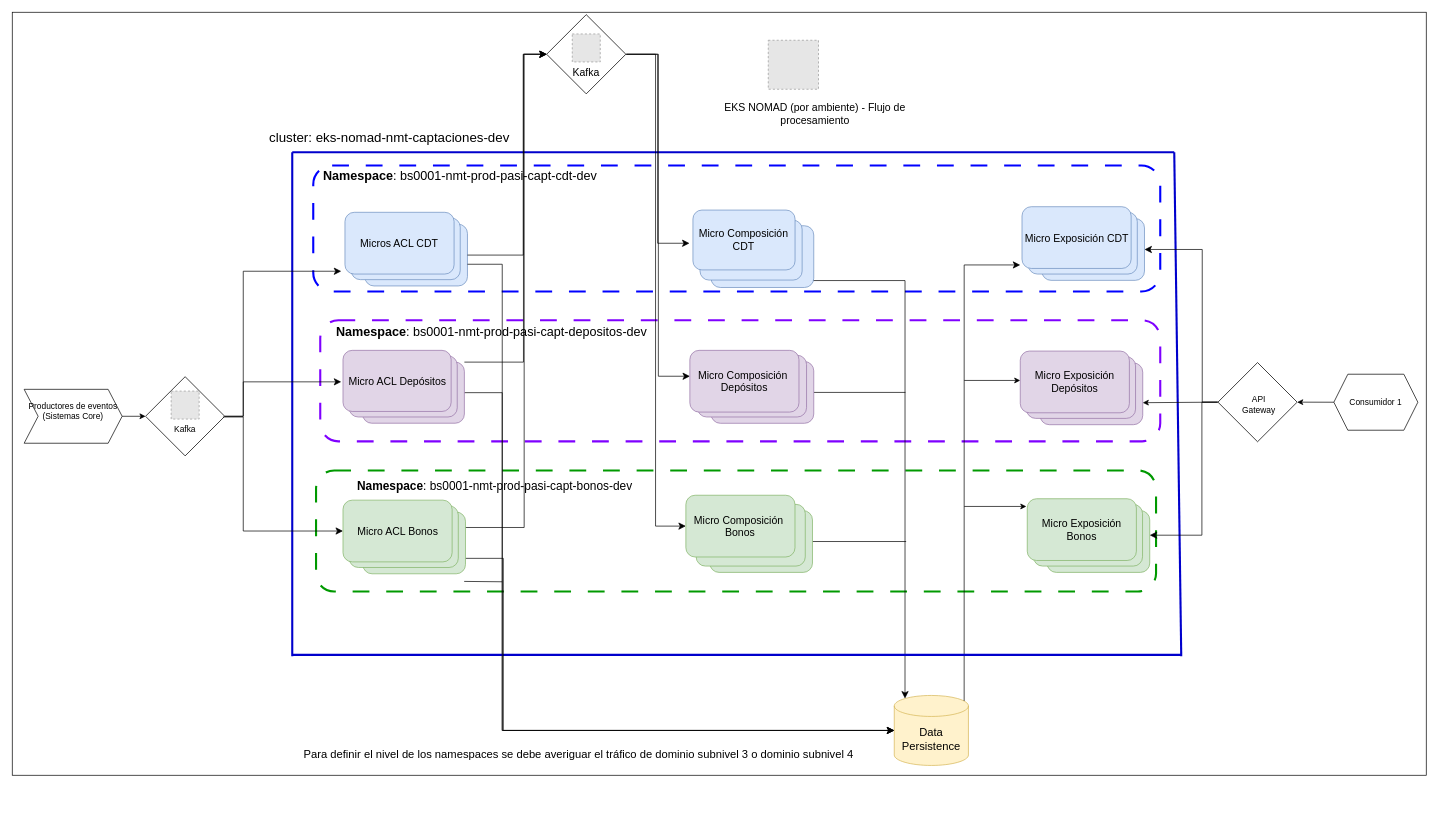
Above: page "UnCluster3Namespaces" (4 of 16) of InversionVirtual.drawio in rdlarosa2/x4 (draw.io), before the change. Source tidied: cells renumbered, new cells numbered last; positions are measured from the earlier drawing's top-left corner, leaving out a move shared by most shapes. Both pictures are drawn from the tidied source at 70%, with x=0, y=0 at pixel (12, 12). Pictures stored in the file or linked from it are replaced by grey dashed boxes.
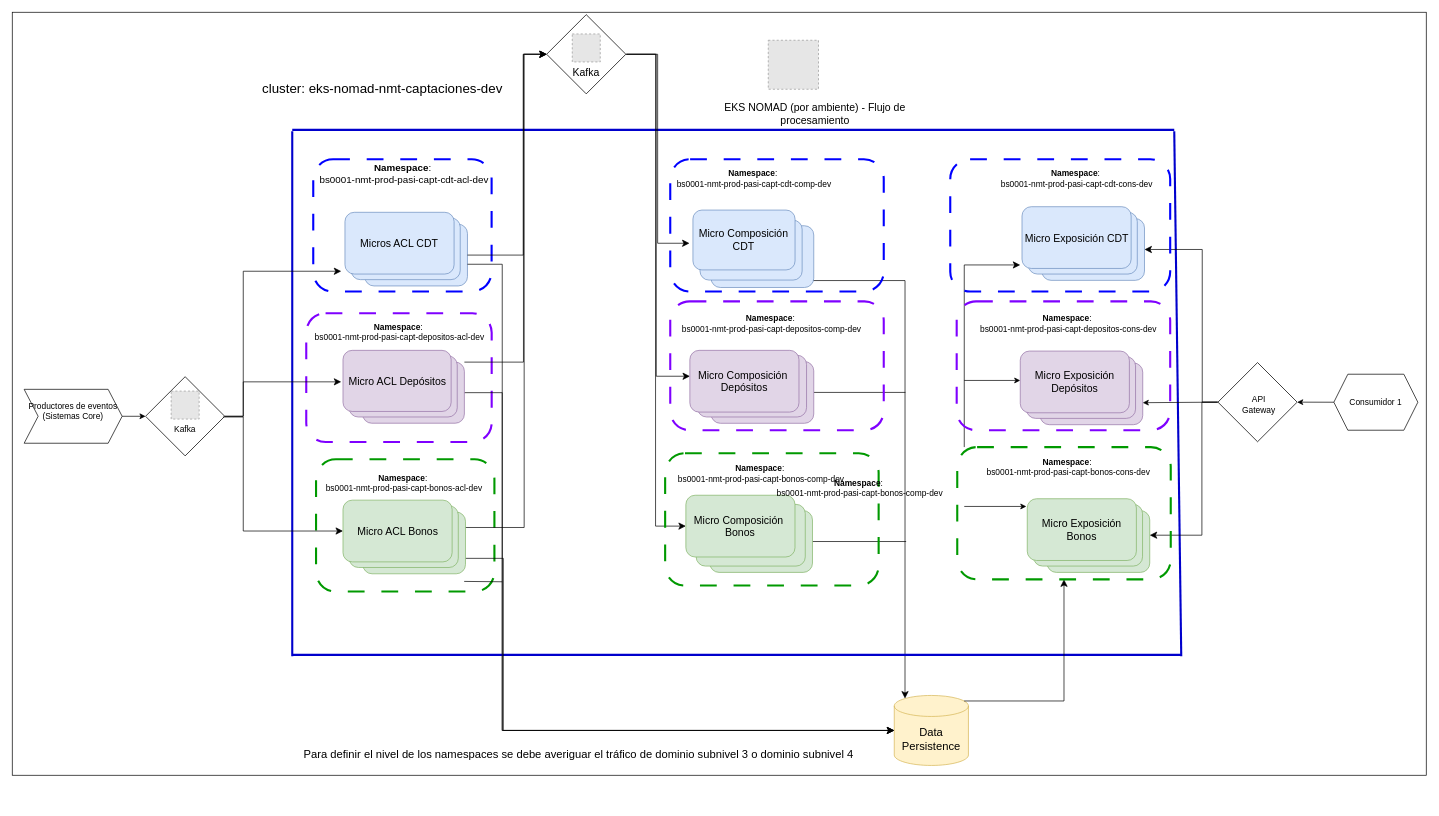
The same diagram, later.

Unchanged cells that the change refers to:
```xml
<mxCell id="6" value="&lt;font style=&quot;font-size: 16px;&quot;&gt;Data Persistence&lt;/font&gt;" style="shape=cylinder3;whiteSpace=wrap;html=1;boundedLbl=1;backgroundOutline=1;size=15;fillColor=#fff2cc;strokeColor=#d6b656;" parent="1" vertex="1">
  <mxGeometry x="1260" y="976" width="106" height="100" as="geometry" />
</mxCell>
```

Change to the diagram source:
```diff
@@
+    <mxCell id="92" style="rounded=1;whiteSpace=wrap;html=1;dashed=1;dashPattern=8 8;strokeWidth=3;fillColor=none;strokeColor=#7F00FF;" parent="1" vertex="1">
+      <mxGeometry x="935" y="420" width="305" height="184" as="geometry" />
+    </mxCell>
@@
     <mxCell id="3" style="rounded=1;whiteSpace=wrap;html=1;dashed=1;dashPattern=8 8;strokeWidth=3;fillColor=none;strokeColor=#009900;" parent="1" vertex="1">
-      <mxGeometry x="434" y="654.6" width="1200" height="173" as="geometry" />
+      <mxGeometry x="434" y="638.6" width="254.8" height="189" as="geometry" />
     </mxCell>
     <mxCell id="4" style="rounded=1;whiteSpace=wrap;html=1;dashed=1;dashPattern=8 8;strokeWidth=3;fillColor=none;strokeColor=#7F00FF;" parent="1" vertex="1">
-      <mxGeometry x="440" y="440" width="1200" height="173" as="geometry" />
+      <mxGeometry x="420" y="430" width="264.9" height="184" as="geometry" />
     </mxCell>
     <mxCell id="5" style="rounded=1;whiteSpace=wrap;html=1;dashed=1;dashPattern=8 8;strokeWidth=3;fillColor=none;strokeColor=#0000FF;" parent="1" vertex="1">
-      <mxGeometry x="430" y="219" width="1210" height="180" as="geometry" />
+      <mxGeometry x="430" y="210" width="254.8" height="189" as="geometry" />
     </mxCell>
@@
-    <mxCell id="20" value="&lt;font style=&quot;font-size: 18px;&quot;&gt;&lt;b style=&quot;&quot;&gt;Namespace&lt;/b&gt;: bs0001-nmt-prod-pasi-capt-cdt-dev&lt;/font&gt;" style="text;html=1;whiteSpace=wrap;strokeColor=none;fillColor=none;align=center;verticalAlign=middle;rounded=0;" parent="1" vertex="1">
-      <mxGeometry x="370" y="219" width="539.9" height="30" as="geometry" />
+    <mxCell id="20" value="&lt;font style=&quot;font-size: 14px;&quot;&gt;&lt;b style=&quot;&quot;&gt;Namespace&lt;/b&gt;:&amp;nbsp;&lt;/font&gt;&lt;div&gt;&lt;font style=&quot;font-size: 14px;&quot;&gt;bs0001-nmt-prod-pasi-capt-cdt-acl-dev&lt;/font&gt;&lt;/div&gt;" style="text;html=1;whiteSpace=wrap;strokeColor=none;fillColor=none;align=center;verticalAlign=middle;rounded=0;" parent="1" vertex="1">
+      <mxGeometry x="389.8" y="210" width="340" height="40" as="geometry" />
     </mxCell>
@@
-    <mxCell id="36" style="edgeStyle=segmentEdgeStyle;endArrow=classic;html=1;curved=0;rounded=0;endSize=8;startSize=8;fontFamily=Helvetica;fontSize=12;fontColor=default;exitX=0.942;exitY=0.079;exitDx=0;exitDy=0;exitPerimeter=0;" parent="1" edge="1" source="6">
+    <mxCell id="36" style="edgeStyle=segmentEdgeStyle;endArrow=classic;html=1;curved=0;rounded=0;endSize=8;startSize=8;fontFamily=Helvetica;fontSize=12;fontColor=default;" parent="1" edge="1" source="103">
       <mxGeometry x="0.83" relative="1" as="geometry">
         <mxPoint x="1440" y="361" as="targetPoint" />
         <Array as="points">
           <mxPoint x="1360" y="361" />
         </Array>
       </mxGeometry>
     </mxCell>
@@
     <mxCell id="44" style="endArrow=none;html=1;rounded=0;fontFamily=Helvetica;fontSize=12;fontColor=default;strokeColor=#0000CC;strokeWidth=3;" parent="1" edge="1">
       <mxGeometry relative="1" as="geometry">
-        <mxPoint x="400" y="200" as="sourcePoint" />
-        <mxPoint x="1660" y="200" as="targetPoint" />
+        <mxPoint x="400" y="168" as="sourcePoint" />
+        <mxPoint x="1660" y="168" as="targetPoint" />
       </mxGeometry>
     </mxCell>
     <mxCell id="45" style="endArrow=none;html=1;rounded=0;fontFamily=Helvetica;fontSize=12;fontColor=default;strokeColor=#0000CC;strokeWidth=3;" parent="1" edge="1">
       <mxGeometry relative="1" as="geometry">
-        <mxPoint x="400" y="200" as="sourcePoint" />
+        <mxPoint x="400" y="170" as="sourcePoint" />
         <mxPoint x="400" y="920" as="targetPoint" />
       </mxGeometry>
     </mxCell>
     <mxCell id="46" style="endArrow=none;html=1;rounded=0;fontFamily=Helvetica;fontSize=12;fontColor=default;strokeColor=#0000CC;strokeWidth=3;" parent="1" edge="1">
       <mxGeometry relative="1" as="geometry">
-        <mxPoint x="1660" y="200" as="sourcePoint" />
+        <mxPoint x="1660" y="170" as="sourcePoint" />
         <mxPoint x="1670" y="920" as="targetPoint" />
       </mxGeometry>
     </mxCell>
@@
     <mxCell id="54" value="&lt;span style=&quot;font-size: 19px;&quot;&gt;cluster: eks-nomad-nmt-captaciones-dev&lt;/span&gt;" style="text;html=1;whiteSpace=wrap;strokeColor=none;fillColor=none;align=center;verticalAlign=middle;rounded=0;fontSize=15;" parent="1" vertex="1">
-      <mxGeometry x="350" y="160" width="378" height="40" as="geometry" />
+      <mxGeometry x="340" y="90" width="378" height="40" as="geometry" />
     </mxCell>
@@
-    <mxCell id="56" value="&lt;font style=&quot;font-size: 18px;&quot;&gt;&lt;b style=&quot;&quot;&gt;Namespace&lt;/b&gt;: bs0001-nmt-prod-pasi-capt-depositos-dev&lt;/font&gt;" style="text;html=1;whiteSpace=wrap;strokeColor=none;fillColor=none;align=center;verticalAlign=middle;rounded=0;" parent="1" vertex="1">
-      <mxGeometry x="459.9" y="442" width="450" height="30" as="geometry" />
+    <mxCell id="56" value="&lt;font&gt;&lt;b style=&quot;&quot;&gt;Namespace&lt;/b&gt;:&amp;nbsp;&lt;/font&gt;&lt;div&gt;&lt;font&gt;bs0001-nmt-prod-pasi-capt-depositos-acl-dev&lt;/font&gt;&lt;/div&gt;" style="text;html=1;whiteSpace=wrap;strokeColor=none;fillColor=none;align=center;verticalAlign=middle;rounded=0;" parent="1" vertex="1">
+      <mxGeometry x="425.9" y="442" width="254.8" height="30" as="geometry" />
     </mxCell>
-    <mxCell id="57" value="&lt;font style=&quot;font-size: 17px;&quot;&gt;&lt;b&gt;Namespace&lt;/b&gt;: bs0001-nmt-prod-pasi-capt-bonos-dev&lt;/font&gt;" style="text;html=1;whiteSpace=wrap;strokeColor=none;fillColor=none;align=center;verticalAlign=middle;rounded=0;" parent="1" vertex="1">
-      <mxGeometry x="438.9" y="663.2" width="501.1" height="30" as="geometry" />
+    <mxCell id="57" value="&lt;font&gt;&lt;b style=&quot;&quot;&gt;Namespace&lt;/b&gt;:&amp;nbsp;&lt;/font&gt;&lt;div&gt;&lt;font&gt;bs0001-nmt-prod-pasi-capt-bonos-acl-dev&lt;/font&gt;&lt;/div&gt;" style="text;html=1;whiteSpace=wrap;strokeColor=none;fillColor=none;align=center;verticalAlign=middle;rounded=0;" parent="1" vertex="1">
+      <mxGeometry x="438.9" y="653.2" width="241.8" height="40" as="geometry" />
     </mxCell>
@@
     <mxCell id="66" style="edgeStyle=elbowEdgeStyle;elbow=horizontal;endArrow=classic;html=1;curved=0;rounded=0;endSize=8;startSize=8;exitX=1;exitY=0;exitDx=0;exitDy=0;" parent="1" edge="1">
       <mxGeometry x="0.65" relative="1" as="geometry">
         <mxPoint x="877.8" y="60" as="sourcePoint" />
         <mxPoint x="968.2" y="520" as="targetPoint" />
+        <Array as="points">
+          <mxPoint x="920" y="290" />
+        </Array>
       </mxGeometry>
     </mxCell>
@@
+    <mxCell id="93" style="rounded=1;whiteSpace=wrap;html=1;dashed=1;dashPattern=8 8;strokeWidth=3;fillColor=none;strokeColor=#0000FF;" parent="1" vertex="1">
+      <mxGeometry x="940" y="210" width="305" height="189" as="geometry" />
+    </mxCell>
+    <mxCell id="94" value="&lt;font&gt;&lt;b style=&quot;&quot;&gt;Namespace&lt;/b&gt;:&amp;nbsp;&lt;/font&gt;&lt;div&gt;&lt;font&gt;bs0001-nmt-prod-pasi-capt-cdt-comp-dev&lt;/font&gt;&lt;/div&gt;" style="text;html=1;whiteSpace=wrap;strokeColor=none;fillColor=none;align=center;verticalAlign=middle;rounded=0;" parent="1" vertex="1">
+      <mxGeometry x="900.2" y="223" width="319.9" height="30" as="geometry" />
+    </mxCell>
+    <mxCell id="95" style="rounded=1;whiteSpace=wrap;html=1;dashed=1;dashPattern=8 8;strokeWidth=3;fillColor=none;strokeColor=#0000FF;" parent="1" vertex="1">
+      <mxGeometry x="1340" y="210" width="314.2" height="189" as="geometry" />
+    </mxCell>
+    <mxCell id="96" value="&lt;font&gt;&lt;b style=&quot;&quot;&gt;Namespace&lt;/b&gt;:&amp;nbsp;&lt;/font&gt;&lt;div&gt;&lt;font&gt;bs0001-nmt-prod-pasi-capt-cdt-cons-dev&lt;/font&gt;&lt;/div&gt;" style="text;html=1;whiteSpace=wrap;strokeColor=none;fillColor=none;align=center;verticalAlign=middle;rounded=0;" parent="1" vertex="1">
+      <mxGeometry x="1360.5" y="223" width="319.9" height="30" as="geometry" />
+    </mxCell>
+    <mxCell id="97" value="&lt;font&gt;&lt;b style=&quot;&quot;&gt;Namespace&lt;/b&gt;:&amp;nbsp;&lt;/font&gt;&lt;div&gt;&lt;font&gt;bs0001-nmt-prod-pasi-capt-depositos-comp-dev&lt;/font&gt;&lt;/div&gt;" style="text;html=1;whiteSpace=wrap;strokeColor=none;fillColor=none;align=center;verticalAlign=middle;rounded=0;" parent="1" vertex="1">
+      <mxGeometry x="940" y="430" width="290" height="30" as="geometry" />
+    </mxCell>
+    <mxCell id="98" style="rounded=1;whiteSpace=wrap;html=1;dashed=1;dashPattern=8 8;strokeWidth=3;fillColor=none;strokeColor=#7F00FF;" parent="1" vertex="1">
+      <mxGeometry x="1349.2" y="413.1" width="305" height="184" as="geometry" />
+    </mxCell>
+    <mxCell id="99" value="&lt;font&gt;&lt;b style=&quot;&quot;&gt;Namespace&lt;/b&gt;:&amp;nbsp;&lt;/font&gt;&lt;div&gt;&lt;font&gt;bs0001-nmt-prod-pasi-capt-depositos-cons-dev&lt;/font&gt;&lt;/div&gt;" style="text;html=1;whiteSpace=wrap;strokeColor=none;fillColor=none;align=center;verticalAlign=middle;rounded=0;" parent="1" vertex="1">
+      <mxGeometry x="1364.2" y="430" width="290" height="30" as="geometry" />
+    </mxCell>
+    <mxCell id="100" style="rounded=1;whiteSpace=wrap;html=1;dashed=1;dashPattern=8 8;strokeWidth=3;fillColor=none;strokeColor=#009900;" parent="1" vertex="1">
+      <mxGeometry x="932.7" y="630" width="305" height="189" as="geometry" />
+    </mxCell>
+    <mxCell id="101" value="&lt;font&gt;&lt;b style=&quot;&quot;&gt;Namespace&lt;/b&gt;:&amp;nbsp;&lt;/font&gt;&lt;div&gt;&lt;font&gt;bs0001-nmt-prod-pasi-capt-bonos-comp-dev&lt;/font&gt;&lt;/div&gt;" style="text;html=1;whiteSpace=wrap;strokeColor=none;fillColor=none;align=center;verticalAlign=middle;rounded=0;" parent="1" vertex="1">
+      <mxGeometry x="949" y="638.6" width="241.8" height="40" as="geometry" />
+    </mxCell>
+    <mxCell id="102" style="edgeStyle=segmentEdgeStyle;endArrow=classic;html=1;curved=0;rounded=0;endSize=8;startSize=8;fontFamily=Helvetica;fontSize=12;fontColor=default;exitX=0.942;exitY=0.079;exitDx=0;exitDy=0;exitPerimeter=0;" parent="1" edge="1" source="6" target="103">
+      <mxGeometry x="0.83" relative="1" as="geometry" />
+    </mxCell>
+    <mxCell id="103" style="rounded=1;whiteSpace=wrap;html=1;dashed=1;dashPattern=8 8;strokeWidth=3;fillColor=none;strokeColor=#009900;" parent="1" vertex="1">
+      <mxGeometry x="1350" y="621.2" width="305" height="189" as="geometry" />
+    </mxCell>
+    <mxCell id="104" value="&lt;font&gt;&lt;b style=&quot;&quot;&gt;Namespace&lt;/b&gt;:&amp;nbsp;&lt;/font&gt;&lt;div&gt;&lt;font&gt;bs0001-nmt-prod-pasi-capt-bonos-comp-dev&lt;/font&gt;&lt;/div&gt;" style="text;html=1;whiteSpace=wrap;strokeColor=none;fillColor=none;align=center;verticalAlign=middle;rounded=0;" parent="1" vertex="1">
+      <mxGeometry x="1090" y="660" width="241.8" height="40" as="geometry" />
+    </mxCell>
+    <mxCell id="105" value="&lt;font&gt;&lt;b style=&quot;&quot;&gt;Namespace&lt;/b&gt;:&amp;nbsp;&lt;/font&gt;&lt;div&gt;&lt;font&gt;bs0001-nmt-prod-pasi-capt-bonos-cons-dev&lt;/font&gt;&lt;/div&gt;" style="text;html=1;whiteSpace=wrap;strokeColor=none;fillColor=none;align=center;verticalAlign=middle;rounded=0;" parent="1" vertex="1">
+      <mxGeometry x="1388.3" y="630" width="241.8" height="40" as="geometry" />
+    </mxCell>
+    <mxCell id="106" style="rounded=1;whiteSpace=wrap;html=1;dashed=1;dashPattern=8 8;strokeWidth=3;fillColor=none;strokeColor=#7F00FF;" parent="1" vertex="1">
+      <mxGeometry x="940" y="413.1" width="305" height="184" as="geometry" />
+    </mxCell>
```
